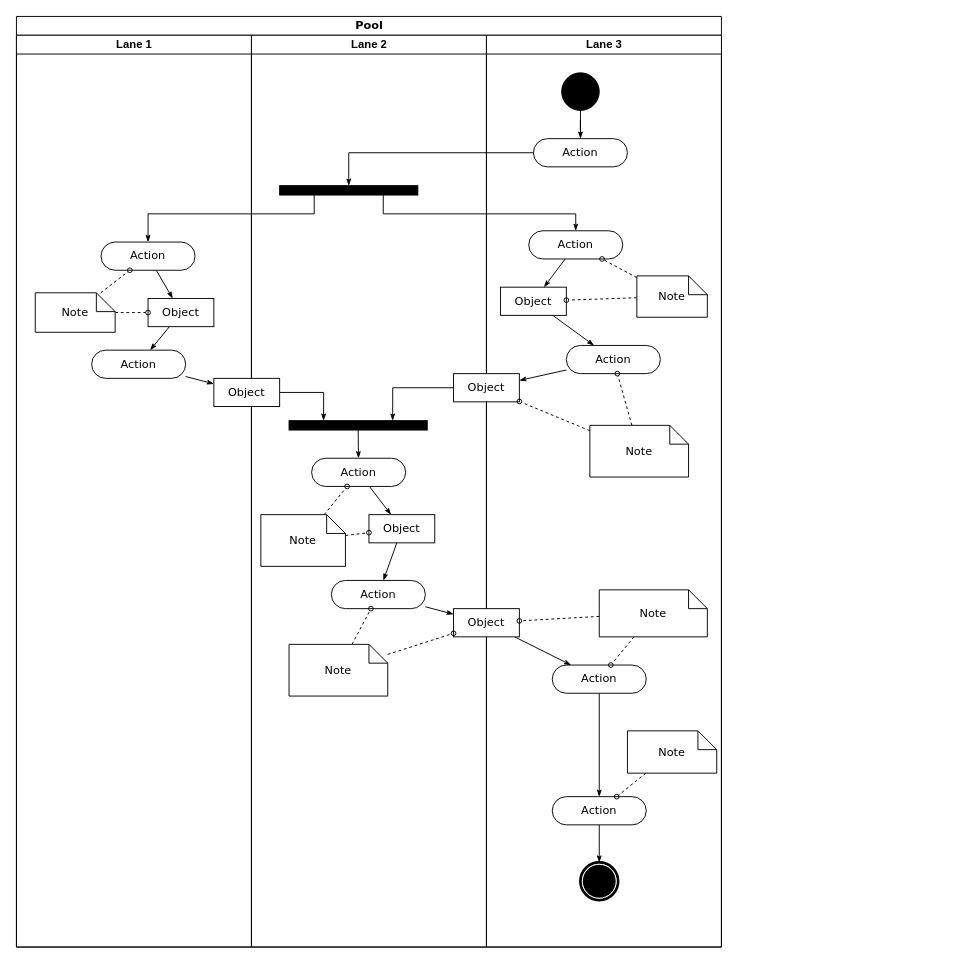
Before: Programacion Web Diagrama Carril.drawio in misiomishi/itcj, a draw.io diagram. Source tidied: cells renumbered, new cells numbered last; positions are measured from the earlier drawing's top-left corner, leaving out a move shared by most shapes. Both pictures are drawn from the tidied source at 94%, with x=0, y=0 at pixel (16, 16).
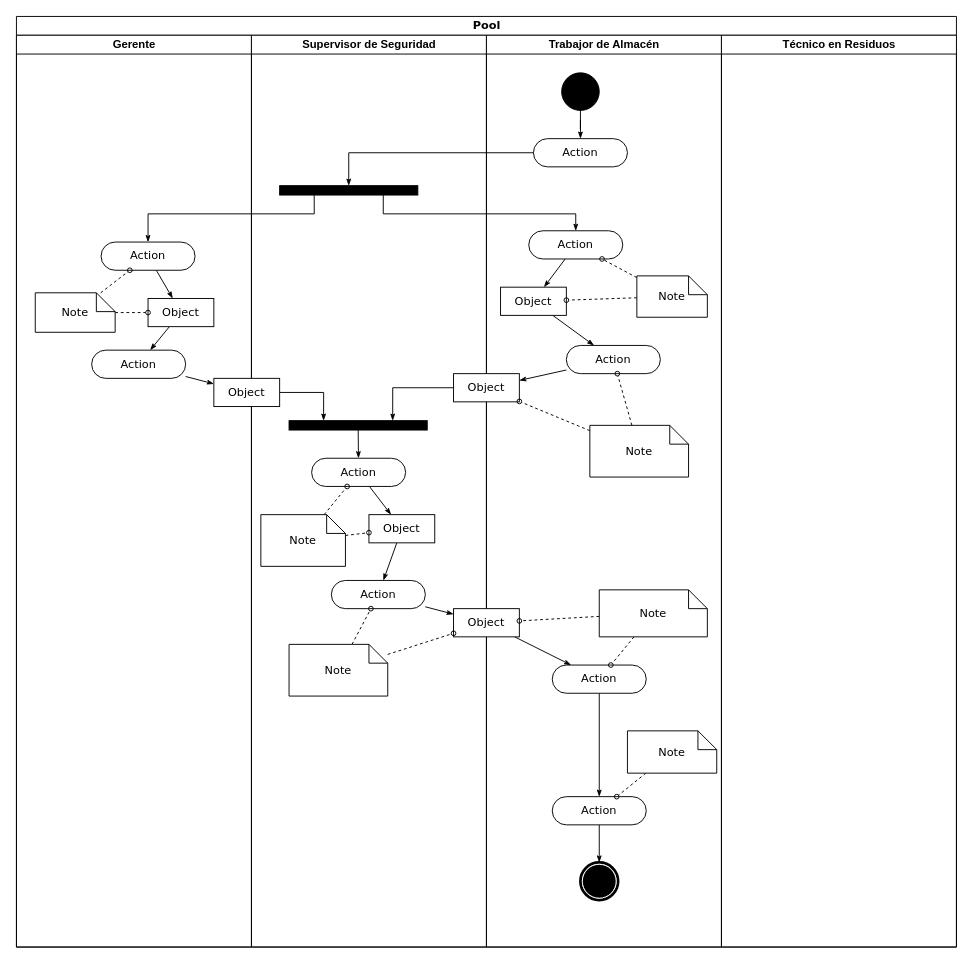
After the change.

The edit, as a diff of the source:
```diff
@@
     <mxCell id="2" value="Pool" style="swimlane;html=1;startSize=20;rounded=0;shadow=0;comic=0;labelBackgroundColor=none;strokeWidth=1;fontFamily=Verdana;fontSize=12;align=center;" parent="1" vertex="1">
-      <mxGeometry width="750" height="990" as="geometry" />
+      <mxGeometry width="1000" height="990" as="geometry" />
     </mxCell>
-    <mxCell id="3" value="Lane 1" style="swimlane;html=1;startSize=20;" parent="2" vertex="1">
+    <mxCell id="3" value="Gerente" style="swimlane;html=1;startSize=20;" parent="2" vertex="1">
       <mxGeometry y="20" width="250" height="970" as="geometry" />
     </mxCell>
@@
-    <mxCell id="12" value="Lane 2" style="swimlane;html=1;startSize=20;" parent="2" vertex="1">
+    <mxCell id="12" value="Supervisor de Seguridad" style="swimlane;html=1;startSize=20;" parent="2" vertex="1">
       <mxGeometry x="250" y="20" width="250" height="970" as="geometry" />
     </mxCell>
@@
-    <mxCell id="28" value="Lane 3" style="swimlane;html=1;startSize=20;" parent="2" vertex="1">
+    <mxCell id="28" value="Trabajor de Almacén" style="swimlane;html=1;startSize=20;" parent="2" vertex="1">
       <mxGeometry x="500" y="20" width="250" height="970" as="geometry" />
     </mxCell>
@@
+    <mxCell id="64" value="Técnico en Residuos" style="swimlane;html=1;startSize=20;" parent="2" vertex="1">
+      <mxGeometry x="750" y="20" width="250" height="970" as="geometry" />
+    </mxCell>
```
